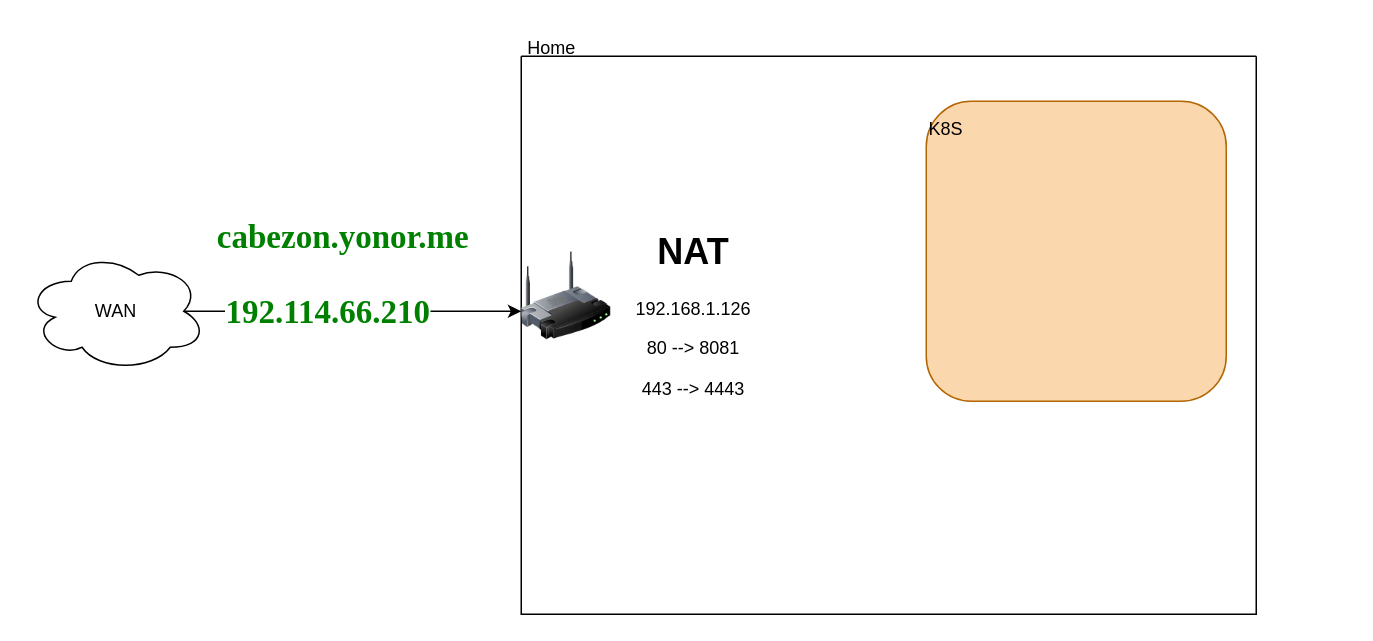
This is proxy-home/proxy.drawio from yo0x/devops-smarthome, a draw.io file, before an edit. Source tidied: cells renumbered, new cells numbered last; positions are measured from the earlier drawing's top-left corner, leaving out a move shared by most shapes. Both pictures are drawn from the tidied source at 150%, with x=0, y=0 at pixel (26, 26).
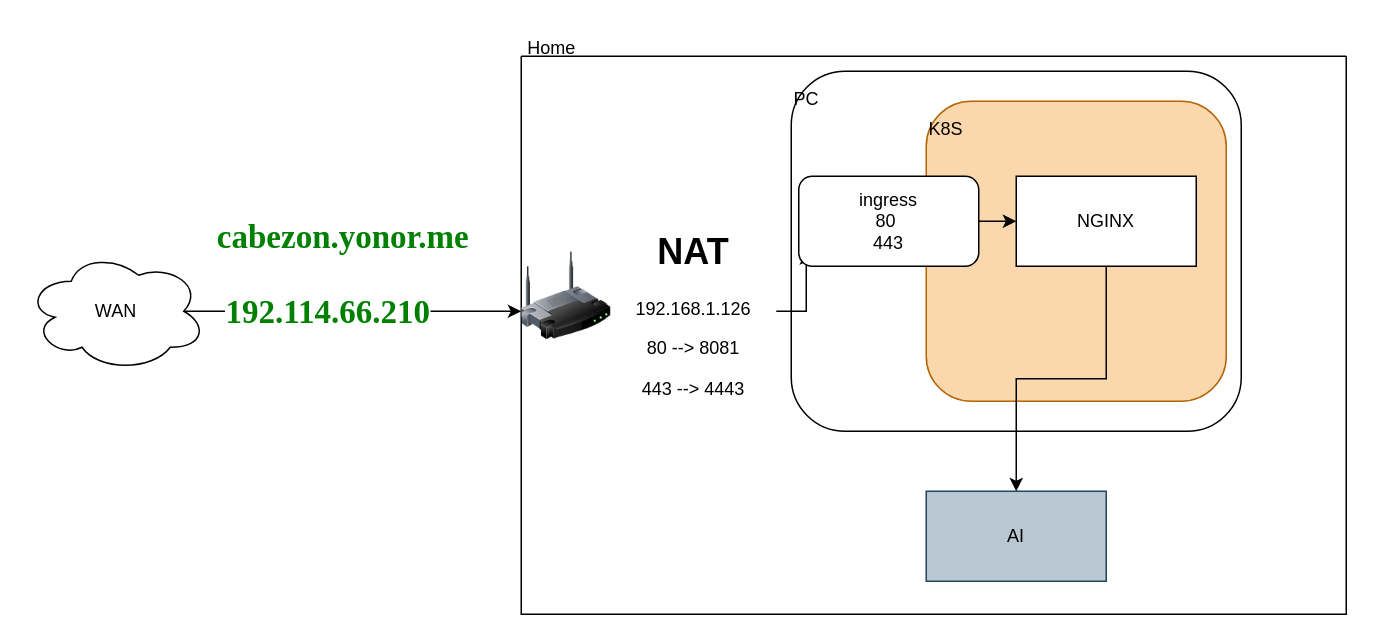
After the change.

The change refers to these unchanged cells:
```xml
<mxCell id="4" value="&lt;h1 style=&quot;margin-top: 0px;&quot;&gt;NAT&lt;/h1&gt;&lt;div&gt;192.168.1.126&lt;/div&gt;&lt;p&gt;80 --&amp;gt; 8081&lt;/p&gt;&lt;p&gt;443 --&amp;gt; 4443&lt;/p&gt;" style="text;html=1;whiteSpace=wrap;overflow=hidden;rounded=0;align=center;" parent="2" vertex="1">
  <mxGeometry x="60" y="110" width="110" height="120" as="geometry" />
</mxCell>
```

The edit, as a diff of the source:
```diff
@@
     <mxCell id="2" style="swimlane;startSize=0;" parent="1" vertex="1">
-      <mxGeometry x="330" y="20" width="490" height="372" as="geometry" />
+      <mxGeometry x="330" y="20" width="550" height="372" as="geometry" />
     </mxCell>
@@
+    <mxCell id="11" style="edgeStyle=orthogonalEdgeStyle;rounded=0;jettySize=auto;html=1;" parent="2" edge="1" source="4" target="17">
+      <mxGeometry relative="1" as="geometry" />
+    </mxCell>
@@
+    <mxCell id="12" style="edgeStyle=orthogonalEdgeStyle;rounded=0;jettySize=auto;html=1;" parent="2" edge="1" source="13" target="16">
+      <mxGeometry relative="1" as="geometry" />
+    </mxCell>
+    <mxCell id="13" value="ingress&lt;div&gt;80&amp;nbsp;&lt;/div&gt;&lt;div&gt;443&lt;/div&gt;" style="rounded=1;whiteSpace=wrap;html=1;" parent="2" vertex="1">
+      <mxGeometry x="185" y="80" width="120" height="60" as="geometry" />
+    </mxCell>
+    <mxCell id="14" value="AI" style="rounded=0;whiteSpace=wrap;html=1;fillColor=#bac8d3;strokeColor=#23445d;" parent="2" vertex="1">
+      <mxGeometry x="270" y="290" width="120" height="60" as="geometry" />
+    </mxCell>
+    <mxCell id="15" style="edgeStyle=orthogonalEdgeStyle;rounded=0;jettySize=auto;html=1;" parent="2" edge="1" source="16" target="14">
+      <mxGeometry relative="1" as="geometry" />
+    </mxCell>
+    <mxCell id="16" value="NGINX" style="rounded=0;whiteSpace=wrap;html=1;" parent="2" vertex="1">
+      <mxGeometry x="330" y="80" width="120" height="60" as="geometry" />
+    </mxCell>
+    <mxCell id="17" value="&lt;p style=&quot;line-height: 1%;&quot;&gt;PC&lt;/p&gt;" style="rounded=1;whiteSpace=wrap;html=1;fillColor=none;align=left;verticalAlign=top;" parent="2" vertex="1">
+      <mxGeometry x="180" y="10" width="300" height="240" as="geometry" />
+    </mxCell>
```
